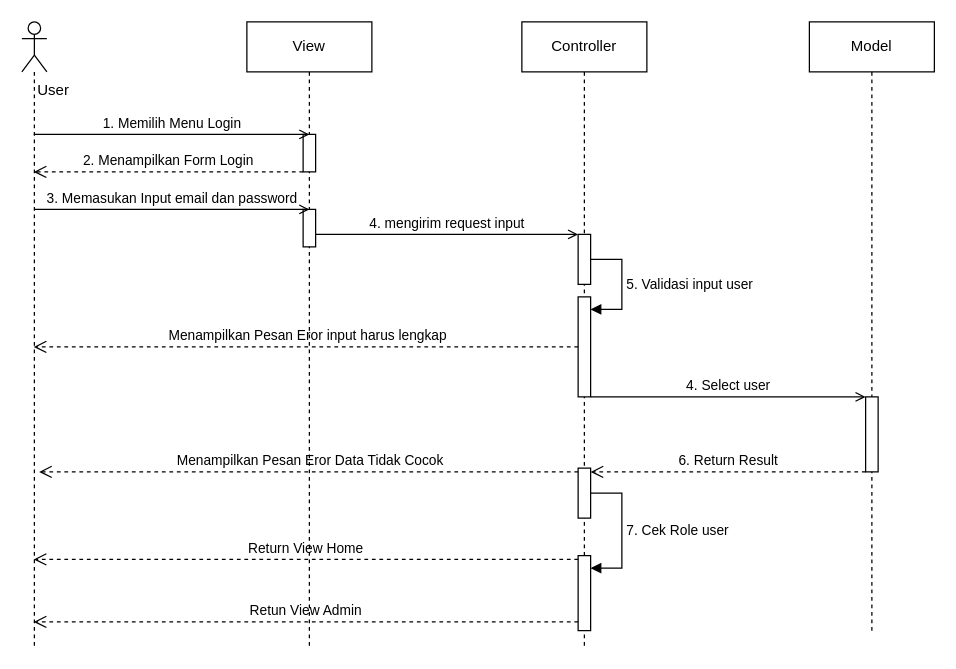
This is page "login_sequence" (1 of 8) of sequence.drawio from ThikerXCX/umltoko, a draw.io file, before an edit. Source tidied: cells renumbered, new cells numbered last; positions are measured from the earlier drawing's top-left corner, leaving out a move shared by most shapes. Both pictures are drawn from the tidied source at 125%, with x=0, y=0 at pixel (21, 21).
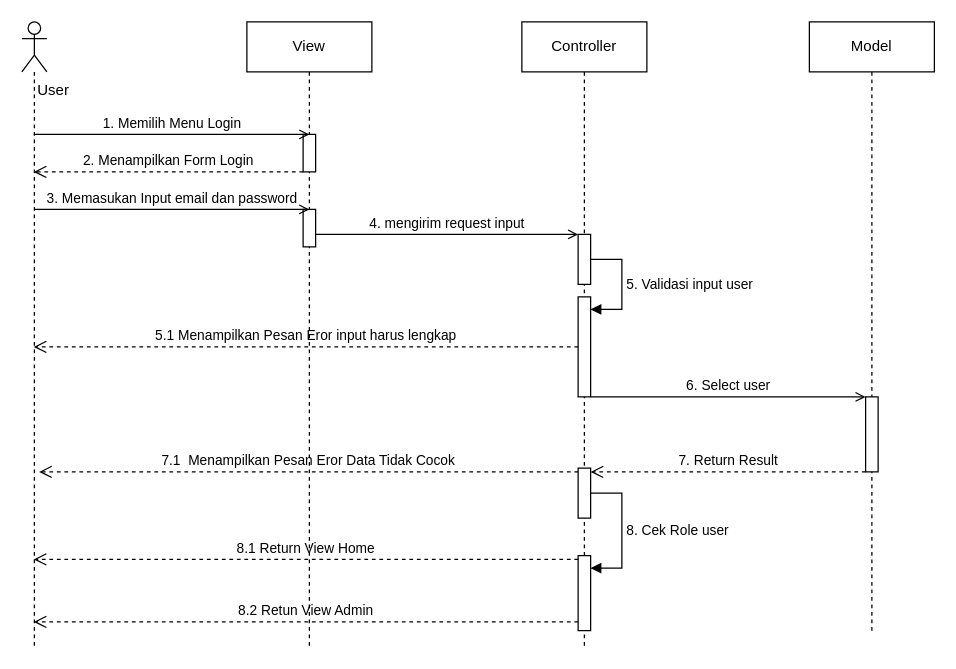
The same page after the edit.

Unchanged cells that the change refers to:
```xml
<mxCell id="2" style="shape=umlLifeline;perimeter=lifelinePerimeter;whiteSpace=wrap;html=1;outlineConnect=0;portConstraint=eastwest;newEdgeStyle={&quot;edgeStyle&quot;:&quot;elbowEdgeStyle&quot;,&quot;elbow&quot;:&quot;vertical&quot;,&quot;curved&quot;:0,&quot;rounded&quot;:0};participant=umlActor;" parent="1" vertex="1">
  <mxGeometry width="20" height="500" as="geometry" />
</mxCell>
<mxCell id="7" value="Controller" style="shape=umlLifeline;perimeter=lifelinePerimeter;whiteSpace=wrap;html=1;newEdgeStyle={&quot;edgeStyle&quot;:&quot;elbowEdgeStyle&quot;,&quot;elbow&quot;:&quot;vertical&quot;,&quot;curved&quot;:0,&quot;rounded&quot;:0};" parent="1" vertex="1">
  <mxGeometry x="400" width="100" height="500" as="geometry" />
</mxCell>
<mxCell id="10" style="html=1;points=[];perimeter=orthogonalPerimeter;outlineConnect=0;targetShapes=umlLifeline;portConstraint=eastwest;newEdgeStyle={&quot;edgeStyle&quot;:&quot;elbowEdgeStyle&quot;,&quot;elbow&quot;:&quot;vertical&quot;,&quot;curved&quot;:0,&quot;rounded&quot;:0};" parent="7" vertex="1">
  <mxGeometry x="45" y="220" width="10" height="80" as="geometry" />
</mxCell>
<mxCell id="11" style="html=1;points=[];perimeter=orthogonalPerimeter;outlineConnect=0;targetShapes=umlLifeline;portConstraint=eastwest;newEdgeStyle={&quot;edgeStyle&quot;:&quot;elbowEdgeStyle&quot;,&quot;elbow&quot;:&quot;vertical&quot;,&quot;curved&quot;:0,&quot;rounded&quot;:0};" parent="7" vertex="1">
  <mxGeometry x="45" y="357" width="10" height="40" as="geometry" />
</mxCell>
<mxCell id="13" style="html=1;points=[];perimeter=orthogonalPerimeter;outlineConnect=0;targetShapes=umlLifeline;portConstraint=eastwest;newEdgeStyle={&quot;edgeStyle&quot;:&quot;elbowEdgeStyle&quot;,&quot;elbow&quot;:&quot;vertical&quot;,&quot;curved&quot;:0,&quot;rounded&quot;:0};" parent="7" vertex="1">
  <mxGeometry x="45" y="427" width="10" height="60" as="geometry" />
</mxCell>
<mxCell id="15" style="html=1;points=[];perimeter=orthogonalPerimeter;outlineConnect=0;targetShapes=umlLifeline;portConstraint=eastwest;newEdgeStyle={&quot;edgeStyle&quot;:&quot;elbowEdgeStyle&quot;,&quot;elbow&quot;:&quot;vertical&quot;,&quot;curved&quot;:0,&quot;rounded&quot;:0};" parent="14" vertex="1">
  <mxGeometry x="45" y="300" width="10" height="60" as="geometry" />
</mxCell>
```

The edit, as a diff of the source:
```diff
@@
-    <mxCell id="12" value="7. Cek Role user" style="html=1;align=left;spacingLeft=2;endArrow=block;rounded=0;edgeStyle=orthogonalEdgeStyle;curved=0;rounded=0;" parent="7" edge="1" source="11" target="13">
+    <mxCell id="12" value="8. Cek Role user" style="html=1;align=left;spacingLeft=2;endArrow=block;rounded=0;edgeStyle=orthogonalEdgeStyle;curved=0;rounded=0;" parent="7" edge="1" source="11" target="13">
       <mxGeometry relative="1" as="geometry">
         <Array as="points">
           <mxPoint x="80" y="377" />
           <mxPoint x="80" y="437" />
         </Array>
       </mxGeometry>
     </mxCell>
@@
-    <mxCell id="20" value="4. Select user" style="html=1;verticalAlign=bottom;labelBackgroundColor=none;endArrow=open;endFill=0;rounded=0;" parent="1" edge="1" target="15">
+    <mxCell id="20" value="6. Select user" style="html=1;verticalAlign=bottom;labelBackgroundColor=none;endArrow=open;endFill=0;rounded=0;" parent="1" edge="1" target="15">
       <mxGeometry relative="1" as="geometry">
         <mxPoint x="455" y="300" as="sourcePoint" />
         <Array as="points">
           <mxPoint x="550" y="300" />
         </Array>
       </mxGeometry>
     </mxCell>
-    <mxCell id="21" value="&amp;nbsp;Menampilkan Pesan Eror input harus lengkap" style="endArrow=open;startArrow=none;endFill=0;startFill=0;endSize=8;html=1;verticalAlign=bottom;dashed=1;labelBackgroundColor=none;rounded=0;" parent="1" edge="1" source="10" target="2">
+    <mxCell id="21" value="5.1 Menampilkan Pesan Eror input harus lengkap" style="endArrow=open;startArrow=none;endFill=0;startFill=0;endSize=8;html=1;verticalAlign=bottom;dashed=1;labelBackgroundColor=none;rounded=0;" parent="1" edge="1" source="10" target="2">
       <mxGeometry relative="1" as="geometry">
         <Array as="points">
           <mxPoint x="300" y="260" />
         </Array>
       </mxGeometry>
     </mxCell>
-    <mxCell id="22" value="6. Return Result" style="endArrow=open;startArrow=none;endFill=0;startFill=0;endSize=8;html=1;verticalAlign=bottom;dashed=1;labelBackgroundColor=none;rounded=0;" parent="1" edge="1" source="15" target="11">
+    <mxCell id="22" value="7. Return Result" style="endArrow=open;startArrow=none;endFill=0;startFill=0;endSize=8;html=1;verticalAlign=bottom;dashed=1;labelBackgroundColor=none;rounded=0;" parent="1" edge="1" source="15" target="11">
       <mxGeometry relative="1" as="geometry">
         <Array as="points">
           <mxPoint x="530" y="360" />
         </Array>
       </mxGeometry>
     </mxCell>
-    <mxCell id="23" value="&amp;nbsp;Menampilkan Pesan Eror Data Tidak Cocok" style="endArrow=open;startArrow=none;endFill=0;startFill=0;endSize=8;html=1;verticalAlign=bottom;dashed=1;labelBackgroundColor=none;rounded=0;" parent="1" edge="1" source="11">
+    <mxCell id="23" value="7.1&amp;nbsp; Menampilkan Pesan Eror Data Tidak Cocok" style="endArrow=open;startArrow=none;endFill=0;startFill=0;endSize=8;html=1;verticalAlign=bottom;dashed=1;labelBackgroundColor=none;rounded=0;" parent="1" edge="1" source="11">
       <mxGeometry relative="1" as="geometry">
         <mxPoint x="13.8" y="360" as="targetPoint" />
         <Array as="points">
           <mxPoint x="303.8" y="360" />
         </Array>
       </mxGeometry>
     </mxCell>
-    <mxCell id="24" value="Return View Home" style="endArrow=open;startArrow=none;endFill=0;startFill=0;endSize=8;html=1;verticalAlign=bottom;dashed=1;labelBackgroundColor=none;rounded=0;" parent="1" edge="1" source="13" target="2">
+    <mxCell id="24" value="8.1 Return View Home" style="endArrow=open;startArrow=none;endFill=0;startFill=0;endSize=8;html=1;verticalAlign=bottom;dashed=1;labelBackgroundColor=none;rounded=0;" parent="1" edge="1" source="13" target="2">
       <mxGeometry relative="1" as="geometry">
         <Array as="points">
           <mxPoint x="302.5" y="430" />
         </Array>
       </mxGeometry>
     </mxCell>
-    <mxCell id="25" value="Retun View Admin" style="endArrow=open;startArrow=none;endFill=0;startFill=0;endSize=8;html=1;verticalAlign=bottom;dashed=1;labelBackgroundColor=none;rounded=0;" parent="1" edge="1" source="13" target="2">
+    <mxCell id="25" value="8.2 Retun View Admin" style="endArrow=open;startArrow=none;endFill=0;startFill=0;endSize=8;html=1;verticalAlign=bottom;dashed=1;labelBackgroundColor=none;rounded=0;" parent="1" edge="1" source="13" target="2">
       <mxGeometry relative="1" as="geometry">
         <Array as="points">
           <mxPoint x="302.5" y="480" />
         </Array>
       </mxGeometry>
     </mxCell>
```
